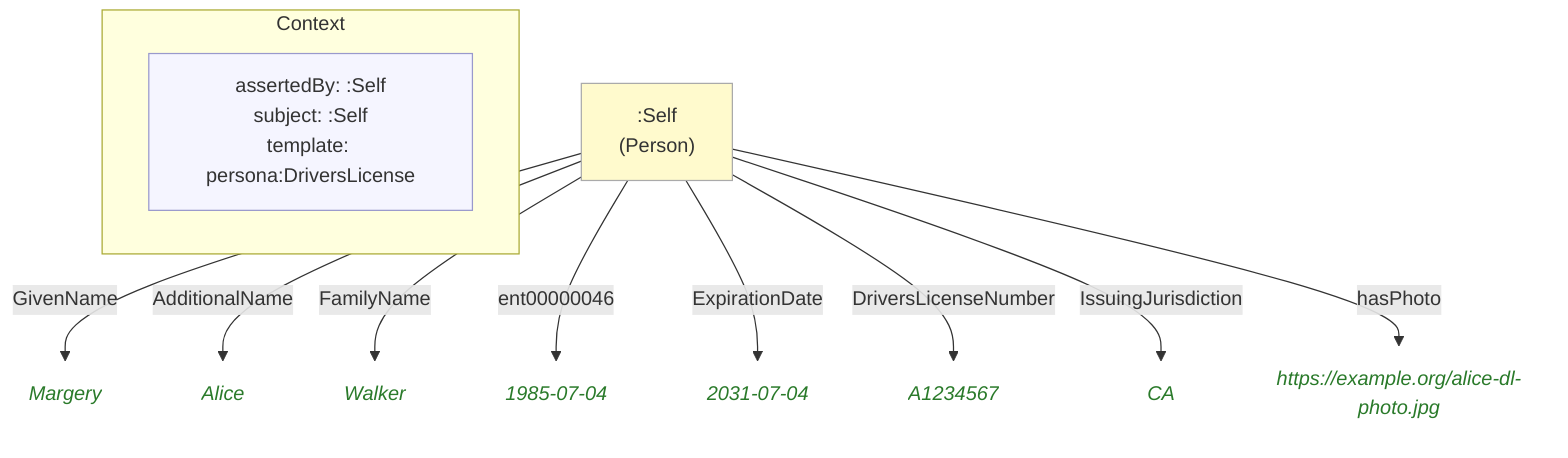
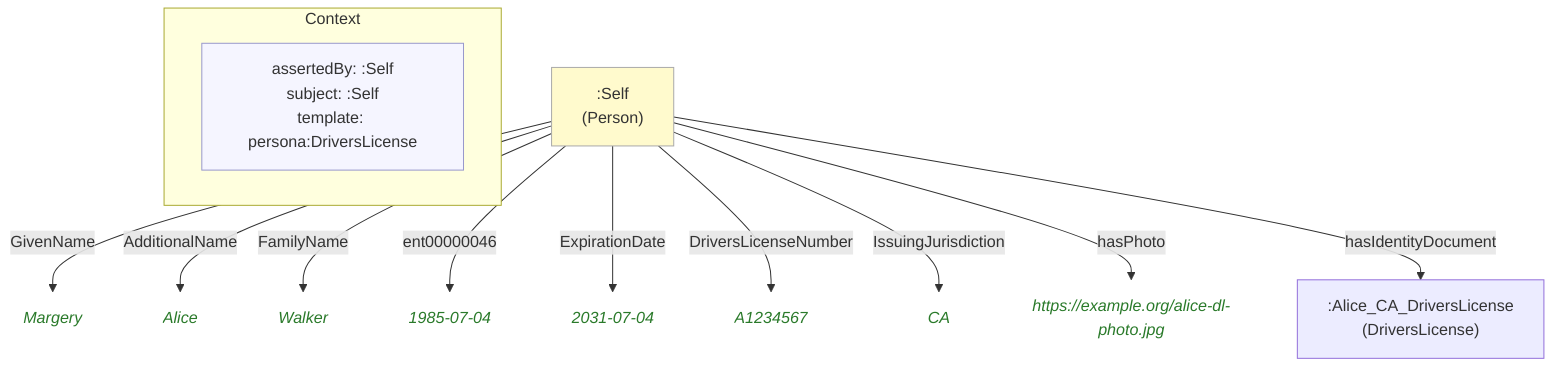
flowchart TD
    classDef person fill:#fffacd,stroke:#aaa,color:#333
    classDef grp    fill:#d4edda,stroke:#aaa,color:#333
    classDef org    fill:#cce5ff,stroke:#aaa,color:#333
    classDef lit    fill:none,stroke:none,font-style:italic,color:#2a7a2a
    classDef meta   fill:#f5f5ff,stroke:#9999cc,color:#333

    subgraph ctx["Context"]
        direction LR
        ctx_meta["assertedBy: :Self\nsubject: :Self\ntemplate: persona:DriversLicense"]:::meta
    end

+     naafab809f865[":Alice_CA_DriversLicense\n(DriversLicense)"]
    ne0c3ba92f1db[":Self\n(Person)"]:::person
-     nfb3a076e6791("Margery"):::lit
-     n1768212db302("Alice"):::lit
-     n81277d6cd90b("Walker"):::lit
-     nc5b01bf68387("1985-07-04"):::lit
-     n4ac593638b54("2031-07-04"):::lit
-     nf572edc4e708("A1234567"):::lit
-     nb560a7de1b0e("CA"):::lit
+     ne0514c31a5e9("Margery"):::lit
+     nbc16313b102a("Alice"):::lit
+     n3a7b6f722897("Walker"):::lit
+     nf287c2a89b6e("1985-07-04"):::lit
+     n7af4d5c79647("2031-07-04"):::lit
+     nc42a3393c08b("A1234567"):::lit
+     n57e1f4fe674c("CA"):::lit
    n776653056055("https://example.org/alice-dl-photo.jpg"):::lit

-     ne0c3ba92f1db -->|"GivenName"| nfb3a076e6791
-     ne0c3ba92f1db -->|"AdditionalName"| n1768212db302
-     ne0c3ba92f1db -->|"FamilyName"| n81277d6cd90b
-     ne0c3ba92f1db -->|"ent00000046"| nc5b01bf68387
-     ne0c3ba92f1db -->|"ExpirationDate"| n4ac593638b54
-     ne0c3ba92f1db -->|"DriversLicenseNumber"| nf572edc4e708
-     ne0c3ba92f1db -->|"IssuingJurisdiction"| nb560a7de1b0e
+     ne0c3ba92f1db -->|"GivenName"| ne0514c31a5e9
+     ne0c3ba92f1db -->|"AdditionalName"| nbc16313b102a
+     ne0c3ba92f1db -->|"FamilyName"| n3a7b6f722897
+     ne0c3ba92f1db -->|"ent00000046"| nf287c2a89b6e
+     ne0c3ba92f1db -->|"ExpirationDate"| n7af4d5c79647
+     ne0c3ba92f1db -->|"DriversLicenseNumber"| nc42a3393c08b
+     ne0c3ba92f1db -->|"IssuingJurisdiction"| n57e1f4fe674c
    ne0c3ba92f1db -->|"hasPhoto"| n776653056055
+     ne0c3ba92f1db -->|"hasIdentityDocument"| naafab809f865
